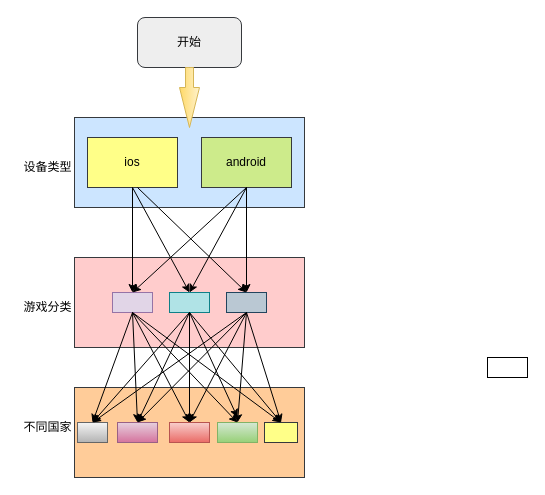
Above: rank.drawio in Sc-glong/diagrams (draw.io), before the change. Source tidied: cells renumbered, new cells numbered last; positions are measured from the earlier drawing's top-left corner, leaving out a move shared by most shapes. Both pictures are drawn from the tidied source at 100%, with x=0, y=0 at pixel (17, 17).
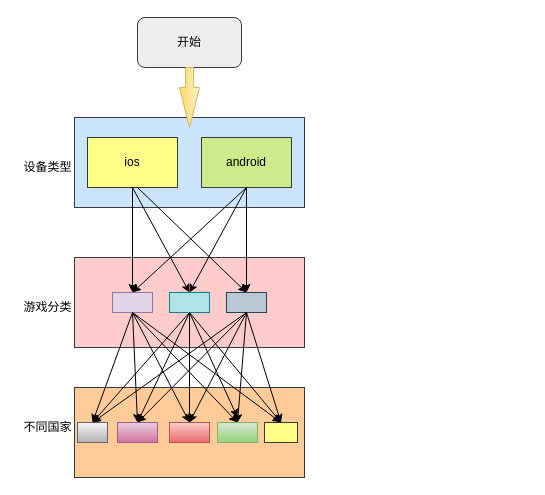
Above is the later version.

The edit, as a diff of the source:
```diff
@@
-    <mxCell id="16" style="rounded=0;whiteSpace=wrap;html=1;" parent="1" vertex="1">
-      <mxGeometry x="470" y="340" width="40" height="20" as="geometry" />
-    </mxCell>
```
